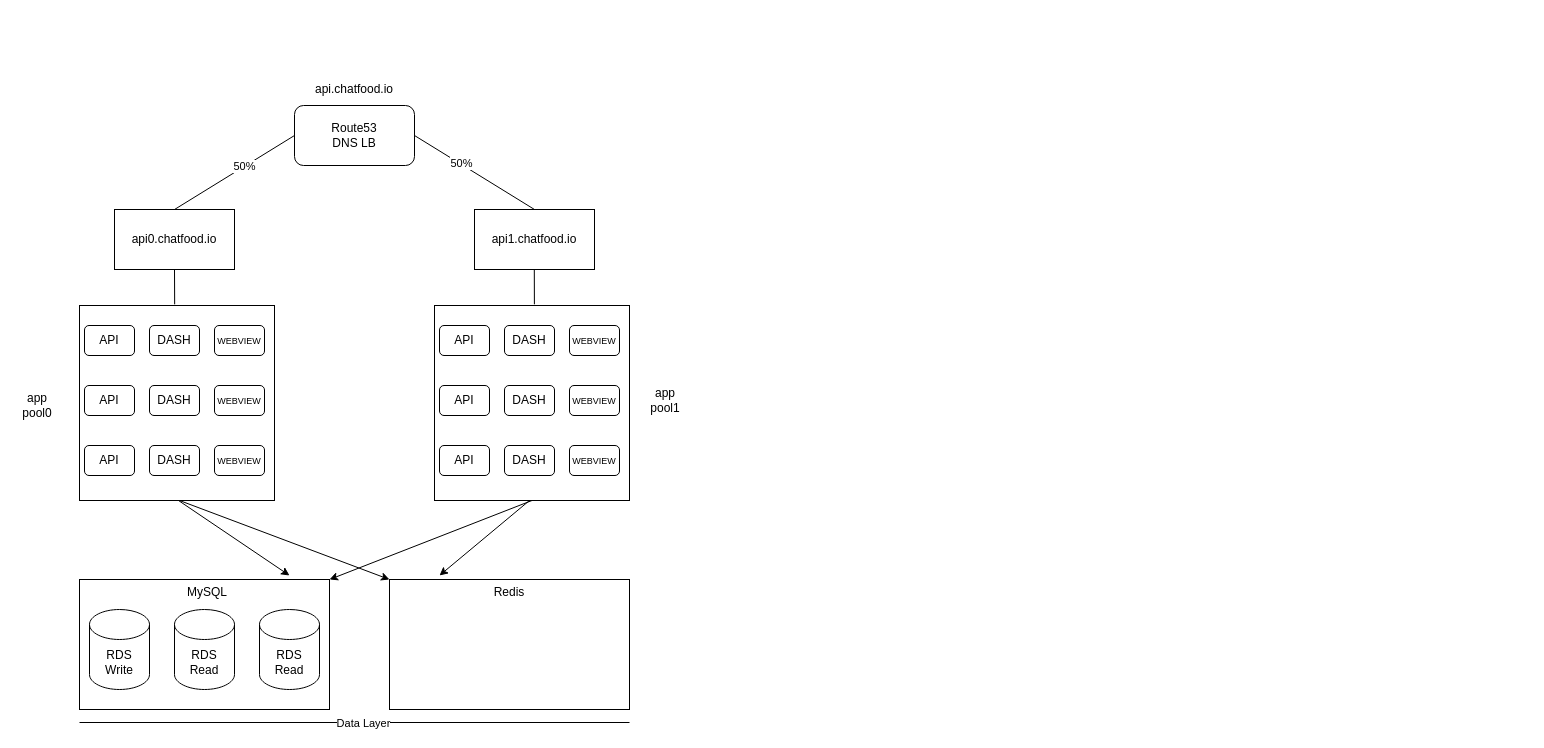
Above: mysql-replication/chatfood-lb-overview.drawio in viniciusdanone/samples (draw.io), before the change. Source tidied: cells renumbered, new cells numbered last; positions are measured from the earlier drawing's top-left corner, leaving out a move shared by most shapes. Both pictures are drawn from the tidied source at 100%, with x=0, y=0 at pixel (17, 79).
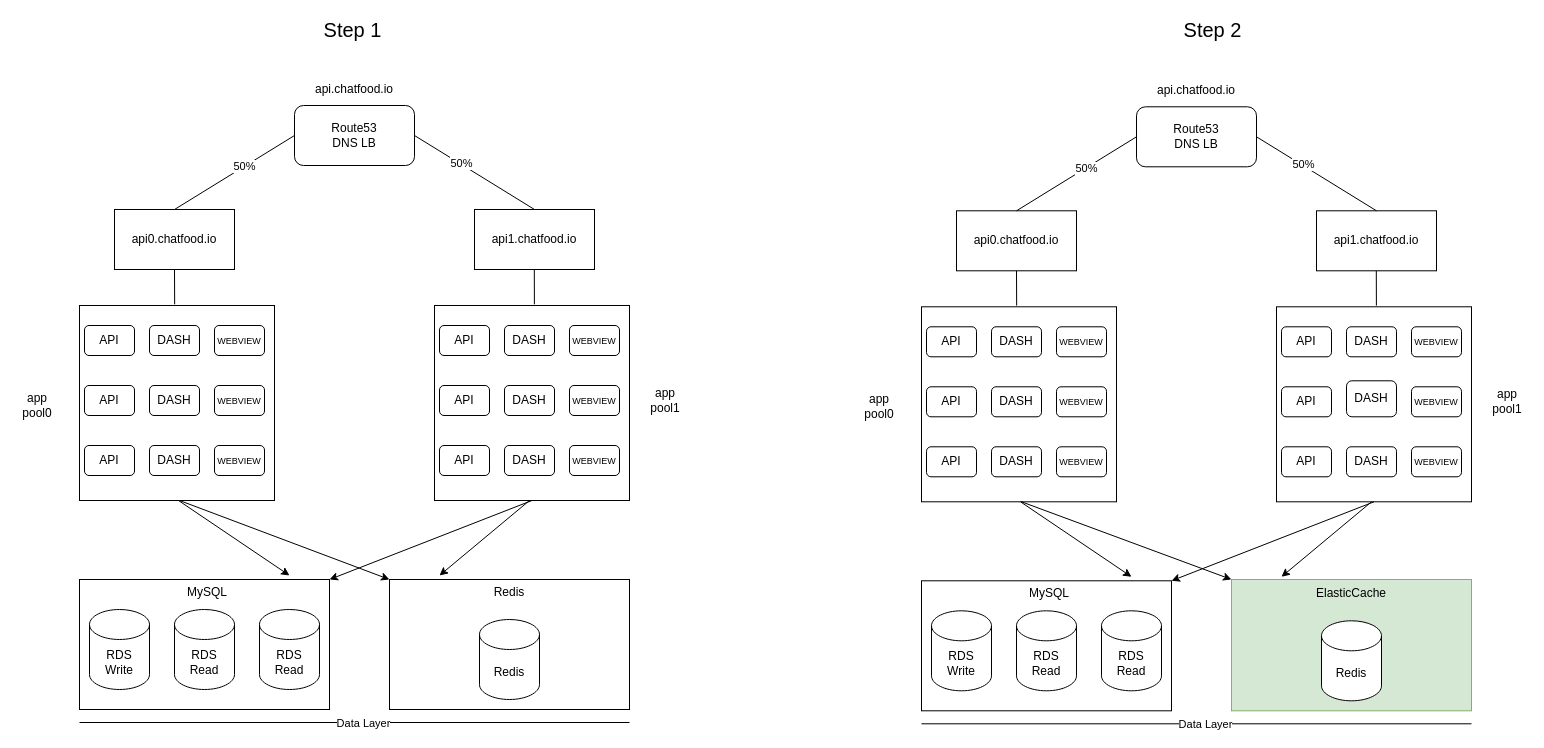
Above is the later version.

Change to the diagram source:
```diff
@@
+    <mxCell id="47" value="Redis" style="shape=cylinder3;whiteSpace=wrap;html=1;boundedLbl=1;backgroundOutline=1;size=15;" parent="1" vertex="1">
+      <mxGeometry x="462" y="540" width="60" height="80" as="geometry" />
+    </mxCell>
+    <mxCell id="48" value="Route53&lt;br&gt;DNS LB" style="rounded=1;whiteSpace=wrap;html=1;" parent="1" vertex="1">
+      <mxGeometry x="1119" y="27.3" width="120" height="60" as="geometry" />
+    </mxCell>
+    <mxCell id="49" value="api0.chatfood.io" style="rounded=0;whiteSpace=wrap;html=1;" parent="1" vertex="1">
+      <mxGeometry x="939" y="131.3" width="120" height="60" as="geometry" />
+    </mxCell>
+    <mxCell id="50" value="api1.chatfood.io" style="rounded=0;whiteSpace=wrap;html=1;" parent="1" vertex="1">
+      <mxGeometry x="1299" y="131.3" width="120" height="60" as="geometry" />
+    </mxCell>
+    <mxCell id="51" value="api.chatfood.io" style="text;html=1;strokeColor=none;fillColor=none;align=center;verticalAlign=middle;whiteSpace=wrap;rounded=0;" parent="1" vertex="1">
+      <mxGeometry x="1159" y="1.3" width="40" height="20" as="geometry" />
+    </mxCell>
+    <mxCell id="52" style="endArrow=none;html=1;exitX=0.5;exitY=0;exitDx=0;exitDy=0;" parent="1" edge="1" source="49">
+      <mxGeometry relative="1" as="geometry">
+        <mxPoint x="1119" y="57.3" as="targetPoint" />
+      </mxGeometry>
+    </mxCell>
+    <mxCell id="53" value="50%" style="edgeLabel;html=1;align=center;verticalAlign=middle;" parent="52" vertex="1">
+      <mxGeometry x="0.17" relative="1" as="geometry" />
+    </mxCell>
+    <mxCell id="54" style="endArrow=none;html=1;exitX=0.5;exitY=0;exitDx=0;exitDy=0;entryX=0.5;entryY=0;entryDx=0;entryDy=0;" parent="1" edge="1" target="50">
+      <mxGeometry relative="1" as="geometry">
+        <mxPoint x="1239" y="57.3" as="sourcePoint" />
+      </mxGeometry>
+    </mxCell>
+    <mxCell id="55" value="50%" style="edgeLabel;html=1;align=center;verticalAlign=middle;" parent="54" vertex="1">
+      <mxGeometry x="-0.22" y="2" relative="1" as="geometry">
+        <mxPoint x="-1" as="offset" />
+      </mxGeometry>
+    </mxCell>
+    <mxCell id="56" style="whiteSpace=wrap;html=1;" parent="1" vertex="1">
+      <mxGeometry x="904" y="227.3" width="195" height="195" as="geometry" />
+    </mxCell>
+    <mxCell id="57" value="API" style="rounded=1;whiteSpace=wrap;html=1;" parent="1" vertex="1">
+      <mxGeometry x="909" y="367.3" width="50" height="30" as="geometry" />
+    </mxCell>
+    <mxCell id="58" value="API" style="rounded=1;whiteSpace=wrap;html=1;" parent="1" vertex="1">
+      <mxGeometry x="909" y="307.3" width="50" height="30" as="geometry" />
+    </mxCell>
+    <mxCell id="59" value="API" style="rounded=1;whiteSpace=wrap;html=1;" parent="1" vertex="1">
+      <mxGeometry x="909" y="247.3" width="50" height="30" as="geometry" />
+    </mxCell>
+    <mxCell id="60" value="DASH" style="rounded=1;whiteSpace=wrap;html=1;" parent="1" vertex="1">
+      <mxGeometry x="974" y="367.3" width="50" height="30" as="geometry" />
+    </mxCell>
+    <mxCell id="61" value="DASH" style="rounded=1;whiteSpace=wrap;html=1;" parent="1" vertex="1">
+      <mxGeometry x="974" y="307.3" width="50" height="30" as="geometry" />
+    </mxCell>
+    <mxCell id="62" value="DASH" style="rounded=1;whiteSpace=wrap;html=1;" parent="1" vertex="1">
+      <mxGeometry x="974" y="247.3" width="50" height="30" as="geometry" />
+    </mxCell>
+    <mxCell id="63" value="&lt;span style=&quot;font-size: 9px&quot;&gt;WEBVIEW&lt;/span&gt;" style="rounded=1;whiteSpace=wrap;html=1;" parent="1" vertex="1">
+      <mxGeometry x="1039" y="367.3" width="50" height="30" as="geometry" />
+    </mxCell>
+    <mxCell id="64" value="&lt;span style=&quot;font-size: 9px&quot;&gt;WEBVIEW&lt;/span&gt;" style="rounded=1;whiteSpace=wrap;html=1;" parent="1" vertex="1">
+      <mxGeometry x="1039" y="307.3" width="50" height="30" as="geometry" />
+    </mxCell>
+    <mxCell id="65" value="&lt;font style=&quot;font-size: 9px&quot;&gt;WEBVIEW&lt;/font&gt;" style="rounded=1;whiteSpace=wrap;html=1;" parent="1" vertex="1">
+      <mxGeometry x="1039" y="247.3" width="50" height="30" as="geometry" />
+    </mxCell>
+    <mxCell id="66" style="whiteSpace=wrap;html=1;" parent="1" vertex="1">
+      <mxGeometry x="1259" y="227.3" width="195" height="195" as="geometry" />
+    </mxCell>
+    <mxCell id="67" value="API" style="rounded=1;whiteSpace=wrap;html=1;" parent="1" vertex="1">
+      <mxGeometry x="1264" y="367.3" width="50" height="30" as="geometry" />
+    </mxCell>
+    <mxCell id="68" value="API" style="rounded=1;whiteSpace=wrap;html=1;" parent="1" vertex="1">
+      <mxGeometry x="1264" y="307.3" width="50" height="30" as="geometry" />
+    </mxCell>
+    <mxCell id="69" value="API" style="rounded=1;whiteSpace=wrap;html=1;" parent="1" vertex="1">
+      <mxGeometry x="1264" y="247.3" width="50" height="30" as="geometry" />
+    </mxCell>
+    <mxCell id="70" value="DASH" style="rounded=1;whiteSpace=wrap;html=1;" parent="1" vertex="1">
+      <mxGeometry x="1329" y="367.3" width="50" height="30" as="geometry" />
+    </mxCell>
+    <mxCell id="71" value="DASH" style="rounded=1;whiteSpace=wrap;html=1;" parent="1" vertex="1">
+      <mxGeometry x="1329" y="301.3" width="50" height="36" as="geometry" />
+    </mxCell>
+    <mxCell id="72" value="DASH" style="rounded=1;whiteSpace=wrap;html=1;" parent="1" vertex="1">
+      <mxGeometry x="1329" y="247.3" width="50" height="30" as="geometry" />
+    </mxCell>
+    <mxCell id="73" value="&lt;span style=&quot;font-size: 9px&quot;&gt;WEBVIEW&lt;/span&gt;" style="rounded=1;whiteSpace=wrap;html=1;" parent="1" vertex="1">
+      <mxGeometry x="1394" y="367.3" width="50" height="30" as="geometry" />
+    </mxCell>
+    <mxCell id="74" value="&lt;span style=&quot;font-size: 9px&quot;&gt;WEBVIEW&lt;/span&gt;" style="rounded=1;whiteSpace=wrap;html=1;" parent="1" vertex="1">
+      <mxGeometry x="1394" y="307.3" width="50" height="30" as="geometry" />
+    </mxCell>
+    <mxCell id="75" value="&lt;font style=&quot;font-size: 9px&quot;&gt;WEBVIEW&lt;/font&gt;" style="rounded=1;whiteSpace=wrap;html=1;" parent="1" vertex="1">
+      <mxGeometry x="1394" y="247.3" width="50" height="30" as="geometry" />
+    </mxCell>
+    <mxCell id="76" value="app&lt;br&gt;pool0" style="text;html=1;strokeColor=none;fillColor=none;align=center;verticalAlign=middle;whiteSpace=wrap;rounded=0;" parent="1" vertex="1">
+      <mxGeometry x="842" y="317.3" width="40" height="20" as="geometry" />
+    </mxCell>
+    <mxCell id="77" value="app&lt;br&gt;pool1" style="text;html=1;strokeColor=none;fillColor=none;align=center;verticalAlign=middle;whiteSpace=wrap;rounded=0;" parent="1" vertex="1">
+      <mxGeometry x="1470" y="312.3" width="40" height="20" as="geometry" />
+    </mxCell>
+    <mxCell id="78" style="rounded=0;whiteSpace=wrap;html=1;" parent="1" vertex="1">
+      <mxGeometry x="904" y="501.3" width="250" height="130" as="geometry" />
+    </mxCell>
+    <mxCell id="79" style="rounded=0;whiteSpace=wrap;html=1;fillColor=#d5e8d4;strokeColor=#82b366;" parent="1" vertex="1">
+      <mxGeometry x="1214" y="500" width="240" height="131.3" as="geometry" />
+    </mxCell>
+    <mxCell id="80" style="endArrow=none;html=1;" parent="1" edge="1">
+      <mxGeometry relative="1" as="geometry">
+        <mxPoint x="904" y="644.3" as="sourcePoint" />
+        <mxPoint x="1454" y="644.3" as="targetPoint" />
+      </mxGeometry>
+    </mxCell>
+    <mxCell id="81" value="Data Layer" style="edgeLabel;html=1;align=center;verticalAlign=middle;" parent="80" vertex="1">
+      <mxGeometry x="0.03" relative="1" as="geometry" />
+    </mxCell>
+    <mxCell id="82" style="endArrow=classic;html=1;entryX=0;entryY=0;entryDx=0;entryDy=0;" parent="1" edge="1" target="79">
+      <mxGeometry relative="1" as="geometry">
+        <mxPoint x="1004" y="422.3" as="sourcePoint" />
+      </mxGeometry>
+    </mxCell>
+    <mxCell id="83" style="endArrow=classic;html=1;" parent="1" edge="1">
+      <mxGeometry relative="1" as="geometry">
+        <mxPoint x="1003" y="422.3" as="sourcePoint" />
+        <mxPoint x="1114" y="497.3" as="targetPoint" />
+      </mxGeometry>
+    </mxCell>
+    <mxCell id="84" style="endArrow=classic;html=1;entryX=1;entryY=0;entryDx=0;entryDy=0;exitX=0.5;exitY=1;exitDx=0;exitDy=0;" parent="1" edge="1" source="66" target="78">
+      <mxGeometry relative="1" as="geometry" />
+    </mxCell>
+    <mxCell id="85" style="endArrow=classic;html=1;" parent="1" edge="1">
+      <mxGeometry relative="1" as="geometry">
+        <mxPoint x="1354" y="422.3" as="sourcePoint" />
+        <mxPoint x="1264" y="497.3" as="targetPoint" />
+      </mxGeometry>
+    </mxCell>
+    <mxCell id="86" style="endArrow=none;html=1;entryX=0.5;entryY=1;entryDx=0;entryDy=0;exitX=0.488;exitY=-0.006;exitDx=0;exitDy=0;exitPerimeter=0;" parent="1" edge="1" source="56" target="49">
+      <mxGeometry relative="1" as="geometry" />
+    </mxCell>
+    <mxCell id="87" style="endArrow=none;html=1;entryX=0.5;entryY=1;entryDx=0;entryDy=0;exitX=0.488;exitY=-0.006;exitDx=0;exitDy=0;exitPerimeter=0;" parent="1" edge="1">
+      <mxGeometry relative="1" as="geometry">
+        <mxPoint x="1358.9" y="226.1" as="sourcePoint" />
+        <mxPoint x="1358.8" y="191.3" as="targetPoint" />
+      </mxGeometry>
+    </mxCell>
+    <mxCell id="88" value="RDS&lt;br&gt;Write" style="shape=cylinder3;whiteSpace=wrap;html=1;boundedLbl=1;backgroundOutline=1;size=15;" parent="1" vertex="1">
+      <mxGeometry x="914" y="531.3" width="60" height="80" as="geometry" />
+    </mxCell>
+    <mxCell id="89" value="RDS&lt;br&gt;Read" style="shape=cylinder3;whiteSpace=wrap;html=1;boundedLbl=1;backgroundOutline=1;size=15;" parent="1" vertex="1">
+      <mxGeometry x="1084" y="531.3" width="60" height="80" as="geometry" />
+    </mxCell>
+    <mxCell id="90" value="RDS&lt;br&gt;Read" style="shape=cylinder3;whiteSpace=wrap;html=1;boundedLbl=1;backgroundOutline=1;size=15;" parent="1" vertex="1">
+      <mxGeometry x="999" y="531.3" width="60" height="80" as="geometry" />
+    </mxCell>
+    <mxCell id="91" value="MySQL" style="text;html=1;strokeColor=none;fillColor=none;align=center;verticalAlign=middle;whiteSpace=wrap;rounded=0;" parent="1" vertex="1">
+      <mxGeometry x="1012" y="504.3" width="40" height="20" as="geometry" />
+    </mxCell>
+    <mxCell id="92" value="ElasticCache" style="text;html=1;strokeColor=none;fillColor=none;align=center;verticalAlign=middle;whiteSpace=wrap;rounded=0;" parent="1" vertex="1">
+      <mxGeometry x="1314" y="504.3" width="40" height="20" as="geometry" />
+    </mxCell>
+    <mxCell id="93" value="Redis" style="shape=cylinder3;whiteSpace=wrap;html=1;boundedLbl=1;backgroundOutline=1;size=15;" parent="1" vertex="1">
+      <mxGeometry x="1304" y="541.3" width="60" height="80" as="geometry" />
+    </mxCell>
+    <mxCell id="94" value="&lt;font style=&quot;font-size: 20px&quot;&gt;Step 2&lt;/font&gt;" style="text;html=1;strokeColor=none;fillColor=none;align=center;verticalAlign=middle;whiteSpace=wrap;rounded=0;" parent="1" vertex="1">
+      <mxGeometry x="1159" y="-60" width="73" height="20" as="geometry" />
+    </mxCell>
+    <mxCell id="95" value="&lt;font style=&quot;font-size: 20px&quot;&gt;Step 1&lt;/font&gt;" style="text;html=1;strokeColor=none;fillColor=none;align=center;verticalAlign=middle;whiteSpace=wrap;rounded=0;" parent="1" vertex="1">
+      <mxGeometry x="299" y="-60" width="73" height="20" as="geometry" />
+    </mxCell>
```
